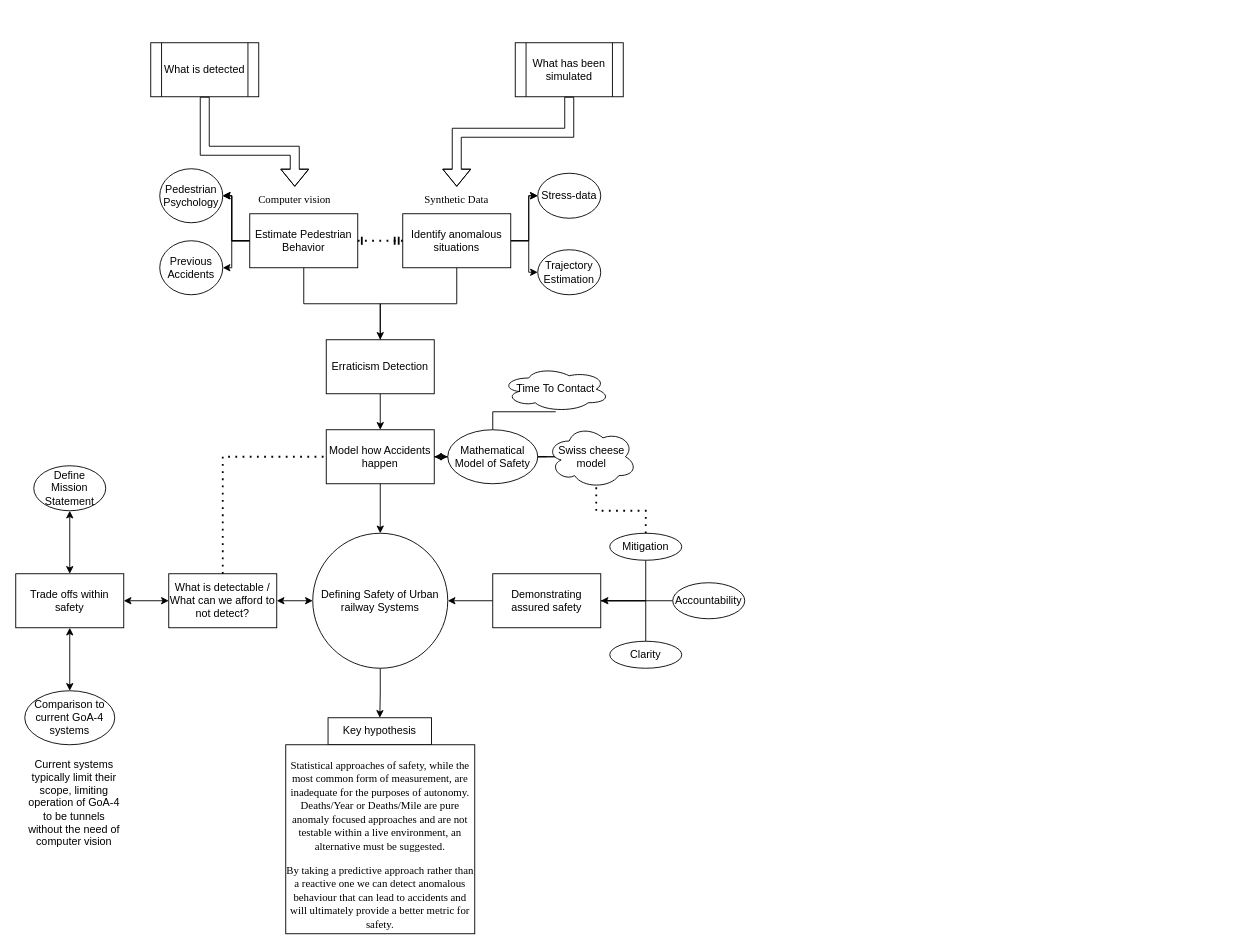
The draw.io diagram Untitled Diagram.drawio in TortoiseFather/SimpleRailwaySim, before the edit. Source tidied: cells renumbered, new cells numbered last; positions are measured from the earlier drawing's top-left corner, leaving out a move shared by most shapes. Both pictures are drawn from the tidied source at 90%, with x=0, y=0 at pixel (15, 42).
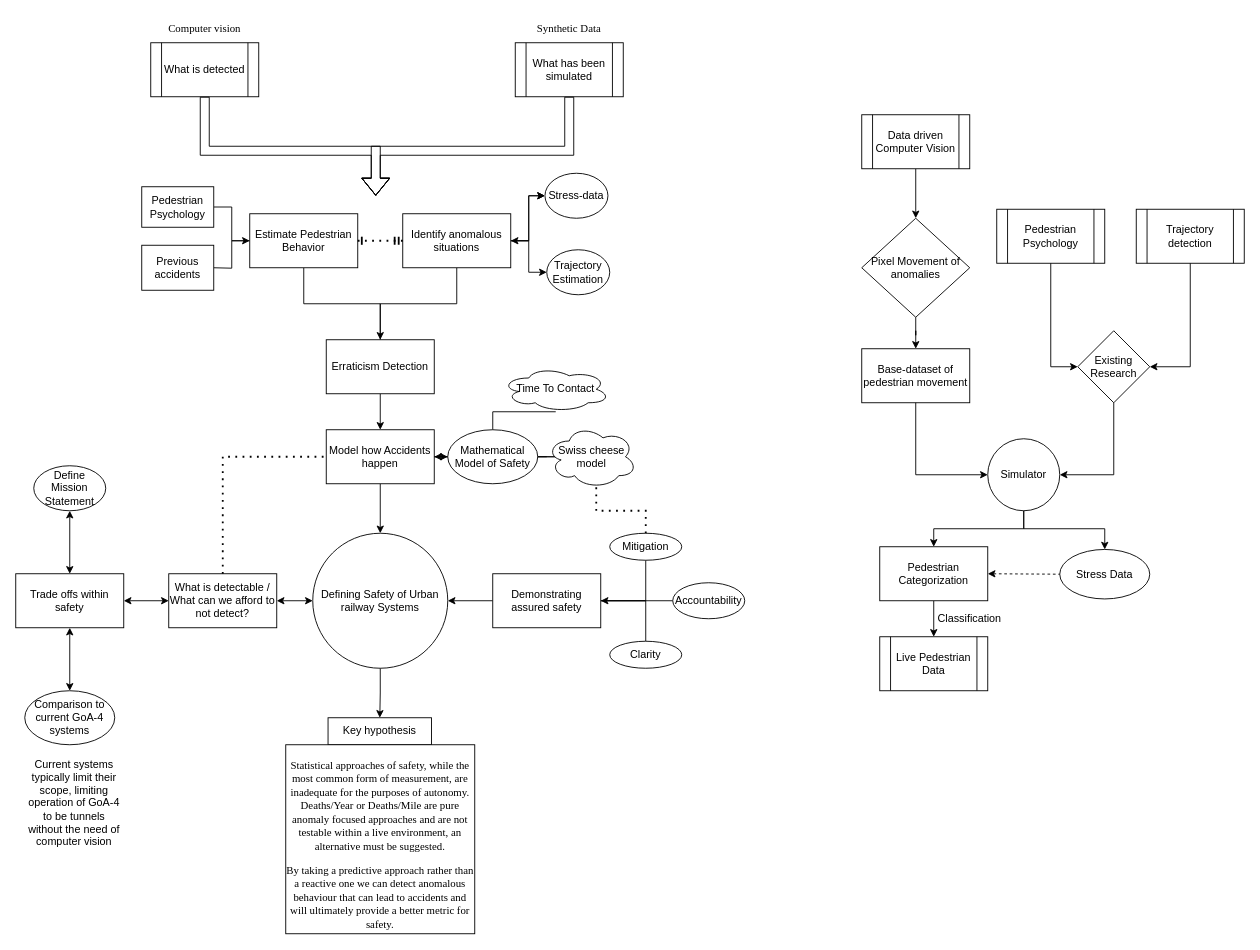
Above is the later version.

The change refers to these unchanged cells:
```xml
<mxCell id="17" value="Estimate Pedestrian Behavior" style="whiteSpace=wrap;html=1;" parent="1" vertex="1">
  <mxGeometry x="260" y="190" width="120" height="60" as="geometry" />
</mxCell>
<mxCell id="21" value="Identify anomalous situations" style="whiteSpace=wrap;html=1;" parent="1" vertex="1">
  <mxGeometry x="430" y="190" width="120" height="60" as="geometry" />
</mxCell>
<mxCell id="53" value="What is detected" style="shape=process;whiteSpace=wrap;html=1;backgroundOutline=1;" parent="1" vertex="1">
  <mxGeometry x="150" width="120" height="60" as="geometry" />
</mxCell>
<mxCell id="55" value="What has been simulated" style="shape=process;whiteSpace=wrap;html=1;backgroundOutline=1;" parent="1" vertex="1">
  <mxGeometry x="555" width="120" height="60" as="geometry" />
</mxCell>
```

Diff of the diagram source:
```diff
@@
-    <mxCell id="13" style="edgeStyle=orthogonalEdgeStyle;rounded=0;jettySize=auto;html=1;" parent="1" edge="1" source="17" target="22">
-      <mxGeometry relative="1" as="geometry" />
-    </mxCell>
-    <mxCell id="14" style="edgeStyle=orthogonalEdgeStyle;rounded=0;jettySize=auto;html=1;" parent="1" edge="1" source="17" target="22">
-      <mxGeometry relative="1" as="geometry" />
-    </mxCell>
-    <mxCell id="15" style="edgeStyle=orthogonalEdgeStyle;rounded=0;jettySize=auto;html=1;" parent="1" edge="1" source="17" target="22">
+    <mxCell id="15" style="edgeStyle=orthogonalEdgeStyle;rounded=0;jettySize=auto;html=1;endArrow=none;endFill=0;startArrow=classic;startFill=1;" parent="1" edge="1" source="17" target="63">
       <mxGeometry relative="1" as="geometry" />
     </mxCell>
-    <mxCell id="16" style="edgeStyle=orthogonalEdgeStyle;rounded=0;jettySize=auto;html=1;" parent="1" edge="1" source="17" target="23">
-      <mxGeometry relative="1" as="geometry" />
+    <mxCell id="16" style="edgeStyle=orthogonalEdgeStyle;rounded=0;jettySize=auto;html=1;endArrow=none;endFill=0;" parent="1" edge="1" source="17">
+      <mxGeometry relative="1" as="geometry">
+        <mxPoint x="220" y="250" as="targetPoint" />
+      </mxGeometry>
     </mxCell>
@@
-    <mxCell id="19" style="edgeStyle=orthogonalEdgeStyle;rounded=0;jettySize=auto;html=1;" parent="1" edge="1" source="21" target="28">
+    <mxCell id="19" style="edgeStyle=orthogonalEdgeStyle;rounded=0;jettySize=auto;html=1;startArrow=classic;startFill=1;" parent="1" edge="1" source="21" target="28">
       <mxGeometry relative="1" as="geometry" />
     </mxCell>
@@
-    <mxCell id="22" value="Pedestrian Psychology" style="ellipse;whiteSpace=wrap;html=1;" parent="1" vertex="1">
-      <mxGeometry x="160" y="140" width="70" height="60" as="geometry" />
-    </mxCell>
-    <mxCell id="23" value="Previous Accidents" style="ellipse;whiteSpace=wrap;html=1;" parent="1" vertex="1">
-      <mxGeometry x="160" y="220" width="70" height="60" as="geometry" />
-    </mxCell>
@@
     <mxCell id="28" value="Stress-data" style="ellipse;whiteSpace=wrap;html=1;" parent="1" vertex="1">
-      <mxGeometry x="580" y="145" width="70" height="50" as="geometry" />
+      <mxGeometry x="588" y="145" width="70" height="50" as="geometry" />
     </mxCell>
     <mxCell id="29" value="Trajectory Estimation" style="ellipse;whiteSpace=wrap;html=1;" parent="1" vertex="1">
-      <mxGeometry x="580" y="230" width="70" height="50" as="geometry" />
+      <mxGeometry x="590" y="230" width="70" height="50" as="geometry" />
     </mxCell>
@@
     <mxCell id="44" value="&lt;font face=&quot;Times New Roman&quot;&gt;Computer vision&lt;/font&gt;" style="text;html=1;strokeColor=none;fillColor=none;align=center;verticalAlign=middle;whiteSpace=wrap;rounded=0;" parent="1" vertex="1">
-      <mxGeometry x="250" y="160" width="120" height="30" as="geometry" />
+      <mxGeometry x="150" y="-30" width="120" height="30" as="geometry" />
     </mxCell>
     <mxCell id="45" value="&lt;font face=&quot;Times New Roman&quot;&gt;Synthetic Data&lt;br&gt;&lt;/font&gt;" style="text;html=1;strokeColor=none;fillColor=none;align=center;verticalAlign=middle;whiteSpace=wrap;rounded=0;" parent="1" vertex="1">
-      <mxGeometry x="430" y="160" width="120" height="30" as="geometry" />
+      <mxGeometry x="555" y="-30" width="120" height="30" as="geometry" />
     </mxCell>
@@
-    <mxCell id="54" style="shape=flexArrow;endArrow=classic;html=1;rounded=0;exitX=0.5;exitY=1;exitDx=0;exitDy=0;entryX=0.5;entryY=0;entryDx=0;entryDy=0;" parent="1" edge="1" source="53" target="44">
+    <mxCell id="54" style="shape=flexArrow;endArrow=classic;html=1;rounded=0;exitX=0.5;exitY=1;exitDx=0;exitDy=0;" parent="1" edge="1" source="53">
       <mxGeometry relative="1" as="geometry">
+        <mxPoint x="400" y="170" as="targetPoint" />
         <Array as="points">
           <mxPoint x="210" y="120" />
-          <mxPoint x="310" y="120" />
+          <mxPoint x="400" y="120" />
         </Array>
       </mxGeometry>
     </mxCell>
@@
-    <mxCell id="56" style="shape=flexArrow;endArrow=classic;html=1;rounded=0;exitX=0.5;exitY=1;exitDx=0;exitDy=0;entryX=0.5;entryY=0;entryDx=0;entryDy=0;" parent="1" edge="1" source="55" target="45">
+    <mxCell id="56" style="shape=flexArrow;endArrow=classic;html=1;rounded=0;exitX=0.5;exitY=1;exitDx=0;exitDy=0;" parent="1" edge="1" source="55">
       <mxGeometry relative="1" as="geometry">
+        <mxPoint x="400" y="170" as="targetPoint" />
         <Array as="points">
-          <mxPoint x="615" y="100" />
-          <mxPoint x="490" y="100" />
+          <mxPoint x="615" y="120" />
+          <mxPoint x="400" y="120" />
         </Array>
       </mxGeometry>
     </mxCell>
+    <mxCell id="57" style="edgeStyle=orthogonalEdgeStyle;rounded=0;jettySize=auto;html=1;" parent="1" edge="1" source="58" target="60">
+      <mxGeometry relative="1" as="geometry" />
+    </mxCell>
+    <mxCell id="58" value="Data driven Computer Vision" style="shape=process;whiteSpace=wrap;html=1;backgroundOutline=1;" parent="1" vertex="1">
+      <mxGeometry x="940" y="80" width="120" height="60" as="geometry" />
+    </mxCell>
+    <mxCell id="59" style="edgeStyle=orthogonalEdgeStyle;rounded=0;jettySize=auto;html=1;" parent="1" edge="1" source="60" target="61">
+      <mxGeometry relative="1" as="geometry" />
+    </mxCell>
+    <mxCell id="60" value="Pixel Movement of anomalies" style="rhombus;whiteSpace=wrap;html=1;" parent="1" vertex="1">
+      <mxGeometry x="940" y="195" width="120" height="110" as="geometry" />
+    </mxCell>
+    <mxCell id="61" value="Base-dataset of pedestrian movement" style="whiteSpace=wrap;html=1;" parent="1" vertex="1">
+      <mxGeometry x="940" y="340" width="120" height="60" as="geometry" />
+    </mxCell>
+    <mxCell id="62" value="Pedestrian Psychology" style="shape=process;whiteSpace=wrap;html=1;backgroundOutline=1;" parent="1" vertex="1">
+      <mxGeometry x="1090" y="185" width="120" height="60" as="geometry" />
+    </mxCell>
+    <mxCell id="63" value="Pedestrian Psychology" style="rounded=0;whiteSpace=wrap;html=1;" parent="1" vertex="1">
+      <mxGeometry x="140" y="160" width="80" height="45" as="geometry" />
+    </mxCell>
+    <mxCell id="64" value="Previous accidents" style="rounded=0;whiteSpace=wrap;html=1;" parent="1" vertex="1">
+      <mxGeometry x="140" y="225" width="80" height="50" as="geometry" />
+    </mxCell>
+    <mxCell id="65" value="Trajectory detection" style="shape=process;whiteSpace=wrap;html=1;backgroundOutline=1;" parent="1" vertex="1">
+      <mxGeometry x="1245" y="185" width="120" height="60" as="geometry" />
+    </mxCell>
+    <mxCell id="66" value="Existing Research" style="rhombus;whiteSpace=wrap;html=1;" parent="1" vertex="1">
+      <mxGeometry x="1180" y="320" width="80" height="80" as="geometry" />
+    </mxCell>
+    <mxCell id="67" style="endArrow=classic;html=1;rounded=0;exitX=0.5;exitY=1;exitDx=0;exitDy=0;entryX=0;entryY=0.5;entryDx=0;entryDy=0;" parent="1" edge="1" source="62" target="66">
+      <mxGeometry relative="1" as="geometry">
+        <Array as="points">
+          <mxPoint x="1150" y="360" />
+        </Array>
+      </mxGeometry>
+    </mxCell>
+    <mxCell id="68" style="endArrow=classic;html=1;rounded=0;exitX=0.5;exitY=1;exitDx=0;exitDy=0;entryX=1;entryY=0.5;entryDx=0;entryDy=0;" parent="1" edge="1" source="65" target="66">
+      <mxGeometry relative="1" as="geometry">
+        <Array as="points">
+          <mxPoint x="1305" y="360" />
+        </Array>
+      </mxGeometry>
+    </mxCell>
+    <mxCell id="69" style="edgeStyle=orthogonalEdgeStyle;rounded=0;jettySize=auto;html=1;" parent="1" edge="1" source="70" target="74">
+      <mxGeometry relative="1" as="geometry" />
+    </mxCell>
+    <mxCell id="70" value="Simulator" style="ellipse;whiteSpace=wrap;html=1;" parent="1" vertex="1">
+      <mxGeometry x="1080" y="440" width="80" height="80" as="geometry" />
+    </mxCell>
+    <mxCell id="71" style="endArrow=classic;html=1;rounded=0;exitX=0.5;exitY=1;exitDx=0;exitDy=0;entryX=1;entryY=0.5;entryDx=0;entryDy=0;" parent="1" edge="1" source="66" target="70">
+      <mxGeometry relative="1" as="geometry">
+        <Array as="points">
+          <mxPoint x="1220" y="480" />
+        </Array>
+      </mxGeometry>
+    </mxCell>
+    <mxCell id="72" style="endArrow=classic;html=1;rounded=0;exitX=0.5;exitY=1;exitDx=0;exitDy=0;entryX=0;entryY=0.5;entryDx=0;entryDy=0;" parent="1" edge="1" source="61" target="70">
+      <mxGeometry relative="1" as="geometry">
+        <Array as="points">
+          <mxPoint x="1000" y="480" />
+        </Array>
+      </mxGeometry>
+    </mxCell>
+    <mxCell id="73" style="edgeStyle=orthogonalEdgeStyle;rounded=0;jettySize=auto;html=1;" parent="1" edge="1" source="74" target="75">
+      <mxGeometry relative="1" as="geometry" />
+    </mxCell>
+    <mxCell id="74" value="Pedestrian Categorization" style="rounded=0;whiteSpace=wrap;html=1;" parent="1" vertex="1">
+      <mxGeometry x="960" y="560" width="120" height="60" as="geometry" />
+    </mxCell>
+    <mxCell id="75" value="Live Pedestrian Data" style="shape=process;whiteSpace=wrap;html=1;backgroundOutline=1;" parent="1" vertex="1">
+      <mxGeometry x="960" y="660" width="120" height="60" as="geometry" />
+    </mxCell>
+    <mxCell id="76" value="Classification" style="text;html=1;strokeColor=none;fillColor=none;align=center;verticalAlign=middle;whiteSpace=wrap;rounded=0;" parent="1" vertex="1">
+      <mxGeometry x="1030" y="625" width="60" height="30" as="geometry" />
+    </mxCell>
+    <mxCell id="77" value="Stress Data" style="ellipse;whiteSpace=wrap;html=1;" parent="1" vertex="1">
+      <mxGeometry x="1160" y="563" width="100" height="55" as="geometry" />
+    </mxCell>
+    <mxCell id="78" style="endArrow=none;dashed=1;html=1;rounded=0;entryX=0;entryY=0.5;entryDx=0;entryDy=0;exitX=1;exitY=0.5;exitDx=0;exitDy=0;startArrow=classic;startFill=1;" parent="1" edge="1" source="74" target="77">
+      <mxGeometry relative="1" as="geometry" />
+    </mxCell>
+    <mxCell id="79" style="endArrow=classic;html=1;rounded=0;exitX=0.5;exitY=1;exitDx=0;exitDy=0;entryX=0.5;entryY=0;entryDx=0;entryDy=0;" parent="1" edge="1" source="70" target="77">
+      <mxGeometry relative="1" as="geometry">
+        <Array as="points">
+          <mxPoint x="1120" y="540" />
+          <mxPoint x="1210" y="540" />
+        </Array>
+      </mxGeometry>
+    </mxCell>
```
